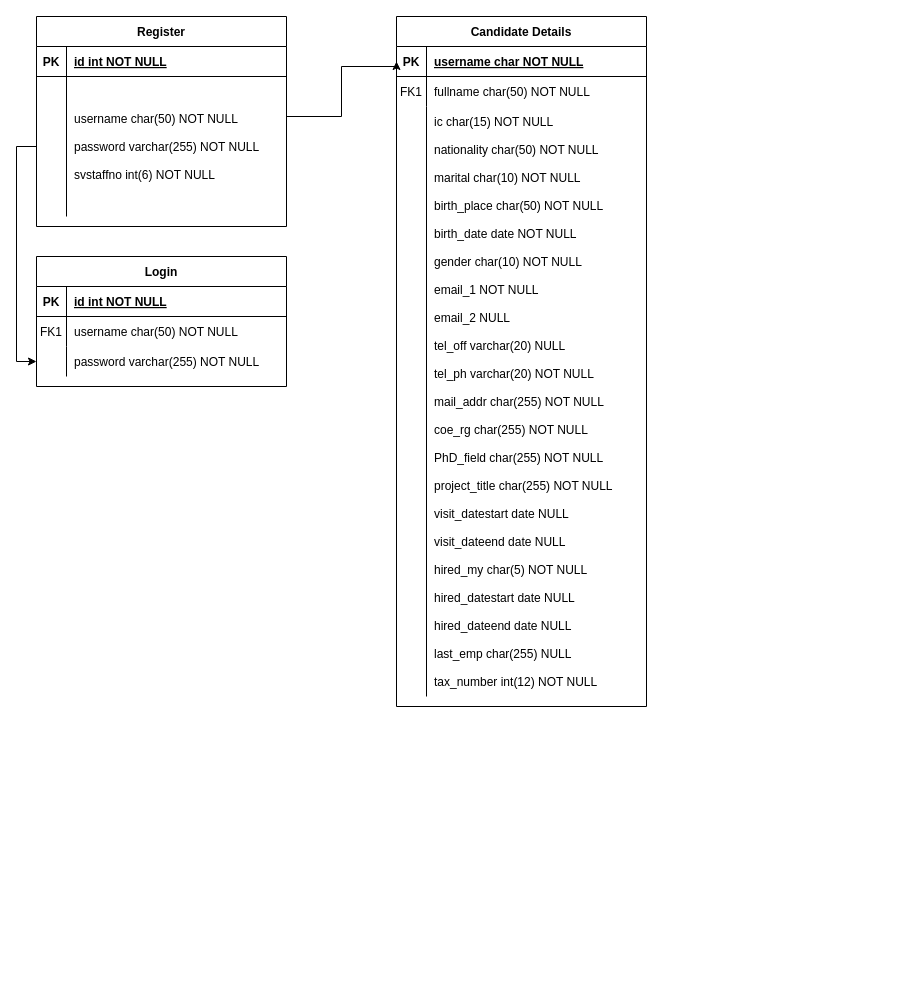
Before: Untitled Diagram.drawio in MohdSanusi/RF, a draw.io diagram. Source tidied: cells renumbered, new cells numbered last; positions are measured from the earlier drawing's top-left corner, leaving out a move shared by most shapes. Both pictures are drawn from the tidied source at 100%, with x=0, y=0 at pixel (36, 16).
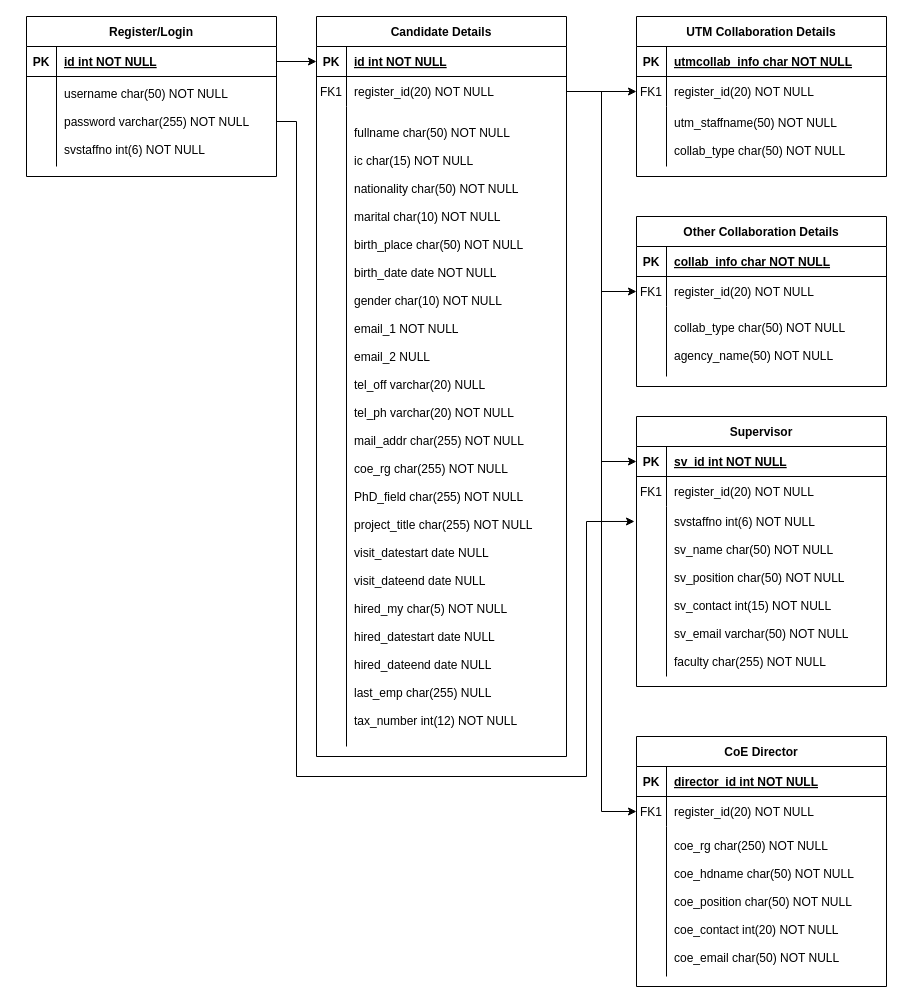
The same diagram, later.

Unchanged cells that the change refers to:
```xml
<mxCell id="13" style="shape=partialRectangle;fillColor=none;points=[[0,0.5],[1,0.5]];portConstraint=eastwest;top=0;left=0;right=0;bottom=1;" parent="12" vertex="1">
  <mxGeometry y="30" width="250" height="30" as="geometry" />
</mxCell>
<mxCell id="16" style="shape=partialRectangle;fillColor=none;points=[[0,0.5],[1,0.5]];portConstraint=eastwest;top=0;left=0;right=0;bottom=0;" parent="12" vertex="1">
  <mxGeometry y="60" width="250" height="30" as="geometry" />
</mxCell>
<mxCell id="23" style="shape=partialRectangle;fillColor=none;points=[[0,0.5],[1,0.5]];portConstraint=eastwest;top=0;left=0;right=0;bottom=1;" parent="22" vertex="1">
  <mxGeometry y="30" width="250" height="30" as="geometry" />
</mxCell>
```

Change to the diagram source:
```diff
@@
-    <mxCell id="2" value="Login" style="shape=table;startSize=30;childLayout=tableLayout;rowLines=0;fontStyle=1;align=center;" parent="1" vertex="1">
-      <mxGeometry y="240" width="250" height="130" as="geometry" />
-    </mxCell>
-    <mxCell id="3" style="shape=partialRectangle;fillColor=none;top=0;left=0;right=0;bottom=1;" parent="2" vertex="1">
-      <mxGeometry y="30" width="250" height="30" as="geometry" />
-    </mxCell>
-    <mxCell id="4" value="PK" style="shape=partialRectangle;overflow=hidden;fillColor=none;top=0;left=0;bottom=0;right=0;fontStyle=1;" parent="3" vertex="1">
-      <mxGeometry width="30" height="30" as="geometry" />
-    </mxCell>
-    <mxCell id="5" value="id int NOT NULL " style="shape=partialRectangle;overflow=hidden;fillColor=none;top=0;left=0;bottom=0;right=0;align=left;spacingLeft=6;fontStyle=5;" parent="3" vertex="1">
-      <mxGeometry x="30" width="220" height="30" as="geometry" />
-    </mxCell>
-    <mxCell id="6" style="shape=partialRectangle;fillColor=none;top=0;left=0;right=0;bottom=0;" parent="2" vertex="1">
-      <mxGeometry y="60" width="250" height="30" as="geometry" />
-    </mxCell>
-    <mxCell id="7" value="FK1" style="shape=partialRectangle;overflow=hidden;fillColor=none;top=0;left=0;bottom=0;right=0;" parent="6" vertex="1">
-      <mxGeometry width="30" height="30" as="geometry" />
-    </mxCell>
-    <mxCell id="8" value="username char(50) NOT NULL" style="shape=partialRectangle;overflow=hidden;fillColor=none;top=0;left=0;bottom=0;right=0;align=left;spacingLeft=6;" parent="6" vertex="1">
-      <mxGeometry x="30" width="220" height="30" as="geometry" />
-    </mxCell>
-    <mxCell id="9" style="shape=partialRectangle;fillColor=none;points=[[0,0.5],[1,0.5]];portConstraint=eastwest;top=0;left=0;right=0;bottom=0;" parent="2" vertex="1">
-      <mxGeometry y="90" width="250" height="30" as="geometry" />
-    </mxCell>
-    <mxCell id="10" style="shape=partialRectangle;overflow=hidden;fillColor=none;top=0;left=0;bottom=0;right=0;" parent="9" vertex="1">
-      <mxGeometry width="30" height="30" as="geometry" />
-    </mxCell>
-    <mxCell id="11" value="password varchar(255) NOT NULL" style="shape=partialRectangle;overflow=hidden;fillColor=none;top=0;left=0;bottom=0;right=0;align=left;spacingLeft=6;" parent="9" vertex="1">
-      <mxGeometry x="30" width="220" height="30" as="geometry" />
-    </mxCell>
     <mxCell id="12" value="Candidate Details" style="shape=table;startSize=30;childLayout=tableLayout;rowLines=0;fontStyle=1;align=center;" parent="1" vertex="1">
-      <mxGeometry x="360" width="250" height="690" as="geometry" />
+      <mxGeometry x="280" width="250" height="740" as="geometry" />
     </mxCell>
@@
-    <mxCell id="15" value="username char NOT NULL " style="shape=partialRectangle;overflow=hidden;fillColor=none;top=0;left=0;bottom=0;right=0;align=left;spacingLeft=6;fontStyle=5;" parent="13" vertex="1">
+    <mxCell id="15" value="id int NOT NULL " style="shape=partialRectangle;overflow=hidden;fillColor=none;top=0;left=0;bottom=0;right=0;align=left;spacingLeft=6;fontStyle=5;" parent="13" vertex="1">
       <mxGeometry x="30" width="220" height="30" as="geometry" />
     </mxCell>
@@
-    <mxCell id="18" value="fullname char(50) NOT NULL" style="shape=partialRectangle;overflow=hidden;fillColor=none;top=0;left=0;bottom=0;right=0;align=left;spacingLeft=6;" parent="16" vertex="1">
+    <mxCell id="18" value="register_id(20) NOT NULL" style="shape=partialRectangle;overflow=hidden;fillColor=none;top=0;left=0;bottom=0;right=0;align=left;spacingLeft=6;" parent="16" vertex="1">
       <mxGeometry x="30" width="220" height="30" as="geometry" />
     </mxCell>
     <mxCell id="19" style="shape=partialRectangle;fillColor=none;top=0;left=0;right=0;bottom=0;" parent="12" vertex="1">
-      <mxGeometry y="90" width="250" height="590" as="geometry" />
+      <mxGeometry y="90" width="250" height="640" as="geometry" />
     </mxCell>
     <mxCell id="20" style="shape=partialRectangle;overflow=hidden;fillColor=none;top=0;left=0;bottom=0;right=0;" parent="19" vertex="1">
-      <mxGeometry width="30" height="590" as="geometry" />
+      <mxGeometry width="30" height="640" as="geometry" />
     </mxCell>
-    <mxCell id="21" value="ic char(15) NOT NULL&#10;&#10;nationality char(50) NOT NULL&#10;&#10;marital char(10) NOT NULL&#10;&#10;birth_place char(50) NOT NULL&#10;&#10;birth_date date NOT NULL&#10;&#10;gender char(10) NOT NULL&#10;&#10;email_1 NOT NULL&#10;&#10;email_2 NULL&#10;&#10;tel_off varchar(20) NULL&#10;&#10;tel_ph varchar(20) NOT NULL&#10;&#10;mail_addr char(255) NOT NULL&#10;&#10;coe_rg char(255) NOT NULL&#10;&#10;PhD_field char(255) NOT NULL&#10;&#10;project_title char(255) NOT NULL&#10;&#10;visit_datestart date NULL&#10;&#10;visit_dateend date NULL&#10;&#10;hired_my char(5) NOT NULL&#10;&#10;hired_datestart date NULL&#10;&#10;hired_dateend date NULL&#10;&#10;last_emp char(255) NULL&#10;&#10;tax_number int(12) NOT NULL" style="shape=partialRectangle;overflow=hidden;fillColor=none;top=0;left=0;bottom=0;right=0;align=left;spacingLeft=6;" parent="19" vertex="1">
-      <mxGeometry x="30" width="220" height="590" as="geometry" />
+    <mxCell id="21" value="fullname char(50) NOT NULL&#10;&#10;ic char(15) NOT NULL&#10;&#10;nationality char(50) NOT NULL&#10;&#10;marital char(10) NOT NULL&#10;&#10;birth_place char(50) NOT NULL&#10;&#10;birth_date date NOT NULL&#10;&#10;gender char(10) NOT NULL&#10;&#10;email_1 NOT NULL&#10;&#10;email_2 NULL&#10;&#10;tel_off varchar(20) NULL&#10;&#10;tel_ph varchar(20) NOT NULL&#10;&#10;mail_addr char(255) NOT NULL&#10;&#10;coe_rg char(255) NOT NULL&#10;&#10;PhD_field char(255) NOT NULL&#10;&#10;project_title char(255) NOT NULL&#10;&#10;visit_datestart date NULL&#10;&#10;visit_dateend date NULL&#10;&#10;hired_my char(5) NOT NULL&#10;&#10;hired_datestart date NULL&#10;&#10;hired_dateend date NULL&#10;&#10;last_emp char(255) NULL&#10;&#10;tax_number int(12) NOT NULL" style="shape=partialRectangle;overflow=hidden;fillColor=none;top=0;left=0;bottom=0;right=0;align=left;spacingLeft=6;" parent="19" vertex="1">
+      <mxGeometry x="30" width="220" height="640" as="geometry" />
     </mxCell>
-    <mxCell id="22" value="Register" style="shape=table;startSize=30;childLayout=tableLayout;rowLines=0;fontStyle=1;align=center;" parent="1" vertex="1">
-      <mxGeometry width="250" height="210" as="geometry" />
+    <mxCell id="22" value="Register/Login" style="shape=table;startSize=30;childLayout=tableLayout;rowLines=0;fontStyle=1;align=center;" parent="1" vertex="1">
+      <mxGeometry x="-10" width="250" height="160" as="geometry" />
     </mxCell>
@@
     <mxCell id="26" style="shape=partialRectangle;fillColor=none;points=[[0,0.5],[1,0.5]];portConstraint=eastwest;top=0;left=0;right=0;bottom=0;" parent="22" vertex="1">
-      <mxGeometry y="60" width="250" height="140" as="geometry" />
+      <mxGeometry y="60" width="250" height="90" as="geometry" />
     </mxCell>
     <mxCell id="27" style="shape=partialRectangle;overflow=hidden;fillColor=none;top=0;left=0;bottom=0;right=0;" parent="26" vertex="1">
-      <mxGeometry width="30" height="140" as="geometry" />
+      <mxGeometry width="30" height="90" as="geometry" />
     </mxCell>
     <mxCell id="28" value="username char(50) NOT NULL&#10;&#10;password varchar(255) NOT NULL&#10;&#10;svstaffno int(6) NOT NULL" style="shape=partialRectangle;overflow=hidden;fillColor=none;top=0;left=0;bottom=0;right=0;align=left;spacingLeft=6;" parent="26" vertex="1">
-      <mxGeometry x="30" width="220" height="140" as="geometry" />
+      <mxGeometry x="30" width="220" height="90" as="geometry" />
     </mxCell>
@@
-    <mxCell id="31" style="edgeStyle=orthogonalEdgeStyle;rounded=0;jettySize=auto;html=1;entryX=0;entryY=0.5;entryDx=0;entryDy=0;" parent="1" edge="1" source="26" target="13">
-      <mxGeometry relative="1" as="geometry">
-        <Array as="points">
-          <mxPoint x="305" y="100" />
-          <mxPoint x="305" y="50" />
-          <mxPoint x="360" y="50" />
-        </Array>
-      </mxGeometry>
-    </mxCell>
-    <mxCell id="32" style="edgeStyle=orthogonalEdgeStyle;rounded=0;jettySize=auto;html=1;entryX=0;entryY=0.5;entryDx=0;entryDy=0;" parent="1" edge="1" source="26" target="9">
-      <mxGeometry relative="1" as="geometry" />
-    </mxCell>
+    <mxCell id="33" style="edgeStyle=orthogonalEdgeStyle;rounded=0;jettySize=auto;html=1;exitX=1;exitY=0.5;exitDx=0;exitDy=0;entryX=0;entryY=0.5;entryDx=0;entryDy=0;" parent="1" edge="1" source="23" target="13">
+      <mxGeometry relative="1" as="geometry" />
+    </mxCell>
+    <mxCell id="34" value="UTM Collaboration Details" style="shape=table;startSize=30;childLayout=tableLayout;rowLines=0;fontStyle=1;align=center;" parent="1" vertex="1">
+      <mxGeometry x="600" width="250" height="160" as="geometry" />
+    </mxCell>
+    <mxCell id="35" style="shape=partialRectangle;fillColor=none;top=0;left=0;right=0;bottom=1;" parent="34" vertex="1">
+      <mxGeometry y="30" width="250" height="30" as="geometry" />
+    </mxCell>
+    <mxCell id="36" value="PK" style="shape=partialRectangle;overflow=hidden;fillColor=none;top=0;left=0;bottom=0;right=0;fontStyle=1;" parent="35" vertex="1">
+      <mxGeometry width="30" height="30" as="geometry" />
+    </mxCell>
+    <mxCell id="37" value="utmcollab_info char NOT NULL " style="shape=partialRectangle;overflow=hidden;fillColor=none;top=0;left=0;bottom=0;right=0;align=left;spacingLeft=6;fontStyle=5;" parent="35" vertex="1">
+      <mxGeometry x="30" width="220" height="30" as="geometry" />
+    </mxCell>
+    <mxCell id="38" style="shape=partialRectangle;fillColor=none;points=[[0,0.5],[1,0.5]];portConstraint=eastwest;top=0;left=0;right=0;bottom=0;" parent="34" vertex="1">
+      <mxGeometry y="60" width="250" height="30" as="geometry" />
+    </mxCell>
+    <mxCell id="39" value="FK1" style="shape=partialRectangle;overflow=hidden;fillColor=none;top=0;left=0;bottom=0;right=0;" parent="38" vertex="1">
+      <mxGeometry width="30" height="30" as="geometry" />
+    </mxCell>
+    <mxCell id="40" value="register_id(20) NOT NULL" style="shape=partialRectangle;overflow=hidden;fillColor=none;top=0;left=0;bottom=0;right=0;align=left;spacingLeft=6;" parent="38" vertex="1">
+      <mxGeometry x="30" width="220" height="30" as="geometry" />
+    </mxCell>
+    <mxCell id="41" style="shape=partialRectangle;fillColor=none;top=0;left=0;right=0;bottom=0;" parent="34" vertex="1">
+      <mxGeometry y="90" width="250" height="60" as="geometry" />
+    </mxCell>
+    <mxCell id="42" style="shape=partialRectangle;overflow=hidden;fillColor=none;top=0;left=0;bottom=0;right=0;" parent="41" vertex="1">
+      <mxGeometry width="30" height="60" as="geometry" />
+    </mxCell>
+    <mxCell id="43" value="utm_staffname(50) NOT NULL&#10;&#10;collab_type char(50) NOT NULL" style="shape=partialRectangle;overflow=hidden;fillColor=none;top=0;left=0;bottom=0;right=0;align=left;spacingLeft=6;" parent="41" vertex="1">
+      <mxGeometry x="30" width="220" height="60" as="geometry" />
+    </mxCell>
+    <mxCell id="44" style="edgeStyle=orthogonalEdgeStyle;rounded=0;jettySize=auto;html=1;exitX=1;exitY=0.5;exitDx=0;exitDy=0;entryX=0;entryY=0.5;entryDx=0;entryDy=0;" parent="1" edge="1" source="16" target="38">
+      <mxGeometry relative="1" as="geometry" />
+    </mxCell>
+    <mxCell id="45" value="Other Collaboration Details" style="shape=table;startSize=30;childLayout=tableLayout;rowLines=0;fontStyle=1;align=center;" parent="1" vertex="1">
+      <mxGeometry x="600" y="200" width="250" height="170" as="geometry" />
+    </mxCell>
+    <mxCell id="46" style="shape=partialRectangle;fillColor=none;points=[[0,0.5],[1,0.5]];portConstraint=eastwest;top=0;left=0;right=0;bottom=1;" parent="45" vertex="1">
+      <mxGeometry y="30" width="250" height="30" as="geometry" />
+    </mxCell>
+    <mxCell id="47" value="PK" style="shape=partialRectangle;overflow=hidden;fillColor=none;top=0;left=0;bottom=0;right=0;fontStyle=1;" parent="46" vertex="1">
+      <mxGeometry width="30" height="30" as="geometry" />
+    </mxCell>
+    <mxCell id="48" value="collab_info char NOT NULL " style="shape=partialRectangle;overflow=hidden;fillColor=none;top=0;left=0;bottom=0;right=0;align=left;spacingLeft=6;fontStyle=5;" parent="46" vertex="1">
+      <mxGeometry x="30" width="220" height="30" as="geometry" />
+    </mxCell>
+    <mxCell id="49" style="shape=partialRectangle;fillColor=none;points=[[0,0.5],[1,0.5]];portConstraint=eastwest;top=0;left=0;right=0;bottom=0;" parent="45" vertex="1">
+      <mxGeometry y="60" width="250" height="30" as="geometry" />
+    </mxCell>
+    <mxCell id="50" value="FK1" style="shape=partialRectangle;overflow=hidden;fillColor=none;top=0;left=0;bottom=0;right=0;" parent="49" vertex="1">
+      <mxGeometry width="30" height="30" as="geometry" />
+    </mxCell>
+    <mxCell id="51" value="register_id(20) NOT NULL" style="shape=partialRectangle;overflow=hidden;fillColor=none;top=0;left=0;bottom=0;right=0;align=left;spacingLeft=6;" parent="49" vertex="1">
+      <mxGeometry x="30" width="220" height="30" as="geometry" />
+    </mxCell>
+    <mxCell id="52" style="shape=partialRectangle;fillColor=none;top=0;left=0;right=0;bottom=0;" parent="45" vertex="1">
+      <mxGeometry y="90" width="250" height="70" as="geometry" />
+    </mxCell>
+    <mxCell id="53" style="shape=partialRectangle;overflow=hidden;fillColor=none;top=0;left=0;bottom=0;right=0;" parent="52" vertex="1">
+      <mxGeometry width="30" height="70" as="geometry" />
+    </mxCell>
+    <mxCell id="54" value="collab_type char(50) NOT NULL&#10;&#10;agency_name(50) NOT NULL" style="shape=partialRectangle;overflow=hidden;fillColor=none;top=0;left=0;bottom=0;right=0;align=left;spacingLeft=6;" parent="52" vertex="1">
+      <mxGeometry x="30" width="220" height="70" as="geometry" />
+    </mxCell>
+    <mxCell id="55" style="edgeStyle=orthogonalEdgeStyle;rounded=0;jettySize=auto;html=1;exitX=1;exitY=0.5;exitDx=0;exitDy=0;entryX=0;entryY=0.5;entryDx=0;entryDy=0;" parent="1" edge="1" source="16" target="49">
+      <mxGeometry relative="1" as="geometry" />
+    </mxCell>
+    <mxCell id="56" value="Supervisor" style="shape=table;startSize=30;childLayout=tableLayout;rowLines=0;fontStyle=1;align=center;" parent="1" vertex="1">
+      <mxGeometry x="600" y="400" width="250" height="270" as="geometry" />
+    </mxCell>
+    <mxCell id="57" style="shape=partialRectangle;fillColor=none;points=[[0,0.5],[1,0.5]];portConstraint=eastwest;top=0;left=0;right=0;bottom=1;" parent="56" vertex="1">
+      <mxGeometry y="30" width="250" height="30" as="geometry" />
+    </mxCell>
+    <mxCell id="58" value="PK" style="shape=partialRectangle;overflow=hidden;fillColor=none;top=0;left=0;bottom=0;right=0;fontStyle=1;" parent="57" vertex="1">
+      <mxGeometry width="30" height="30" as="geometry" />
+    </mxCell>
+    <mxCell id="59" value="sv_id int NOT NULL " style="shape=partialRectangle;overflow=hidden;fillColor=none;top=0;left=0;bottom=0;right=0;align=left;spacingLeft=6;fontStyle=5;" parent="57" vertex="1">
+      <mxGeometry x="30" width="220" height="30" as="geometry" />
+    </mxCell>
+    <mxCell id="60" style="shape=partialRectangle;fillColor=none;top=0;left=0;right=0;bottom=0;" parent="56" vertex="1">
+      <mxGeometry y="60" width="250" height="30" as="geometry" />
+    </mxCell>
+    <mxCell id="61" value="FK1" style="shape=partialRectangle;overflow=hidden;fillColor=none;top=0;left=0;bottom=0;right=0;" parent="60" vertex="1">
+      <mxGeometry width="30" height="30" as="geometry" />
+    </mxCell>
+    <mxCell id="62" value="register_id(20) NOT NULL" style="shape=partialRectangle;overflow=hidden;fillColor=none;top=0;left=0;bottom=0;right=0;align=left;spacingLeft=6;" parent="60" vertex="1">
+      <mxGeometry x="30" width="220" height="30" as="geometry" />
+    </mxCell>
+    <mxCell id="63" style="shape=partialRectangle;fillColor=none;points=[[0,0.5],[1,0.5]];portConstraint=eastwest;top=0;left=0;right=0;bottom=0;" parent="56" vertex="1">
+      <mxGeometry y="90" width="250" height="170" as="geometry" />
+    </mxCell>
+    <mxCell id="64" style="shape=partialRectangle;overflow=hidden;fillColor=none;top=0;left=0;bottom=0;right=0;" parent="63" vertex="1">
+      <mxGeometry width="30" height="170" as="geometry" />
+    </mxCell>
+    <mxCell id="65" value="svstaffno int(6) NOT NULL&#10;&#10;sv_name char(50) NOT NULL&#10;&#10;sv_position char(50) NOT NULL&#10;&#10;sv_contact int(15) NOT NULL&#10;&#10;sv_email varchar(50) NOT NULL&#10;&#10;faculty char(255) NOT NULL" style="shape=partialRectangle;overflow=hidden;fillColor=none;top=0;left=0;bottom=0;right=0;align=left;spacingLeft=6;" parent="63" vertex="1">
+      <mxGeometry x="30" width="220" height="170" as="geometry" />
+    </mxCell>
+    <mxCell id="66" value="CoE Director" style="shape=table;startSize=30;childLayout=tableLayout;rowLines=0;fontStyle=1;align=center;" parent="1" vertex="1">
+      <mxGeometry x="600" y="720" width="250" height="250" as="geometry" />
+    </mxCell>
+    <mxCell id="67" style="shape=partialRectangle;fillColor=none;top=0;left=0;right=0;bottom=1;" parent="66" vertex="1">
+      <mxGeometry y="30" width="250" height="30" as="geometry" />
+    </mxCell>
+    <mxCell id="68" value="PK" style="shape=partialRectangle;overflow=hidden;fillColor=none;top=0;left=0;bottom=0;right=0;fontStyle=1;" parent="67" vertex="1">
+      <mxGeometry width="30" height="30" as="geometry" />
+    </mxCell>
+    <mxCell id="69" value="director_id int NOT NULL " style="shape=partialRectangle;overflow=hidden;fillColor=none;top=0;left=0;bottom=0;right=0;align=left;spacingLeft=6;fontStyle=5;" parent="67" vertex="1">
+      <mxGeometry x="30" width="220" height="30" as="geometry" />
+    </mxCell>
+    <mxCell id="70" style="shape=partialRectangle;fillColor=none;points=[[0,0.5],[1,0.5]];portConstraint=eastwest;top=0;left=0;right=0;bottom=0;" parent="66" vertex="1">
+      <mxGeometry y="60" width="250" height="30" as="geometry" />
+    </mxCell>
+    <mxCell id="71" value="FK1" style="shape=partialRectangle;overflow=hidden;fillColor=none;top=0;left=0;bottom=0;right=0;" parent="70" vertex="1">
+      <mxGeometry width="30" height="30" as="geometry" />
+    </mxCell>
+    <mxCell id="72" value="register_id(20) NOT NULL" style="shape=partialRectangle;overflow=hidden;fillColor=none;top=0;left=0;bottom=0;right=0;align=left;spacingLeft=6;" parent="70" vertex="1">
+      <mxGeometry x="30" width="220" height="30" as="geometry" />
+    </mxCell>
+    <mxCell id="73" style="shape=partialRectangle;fillColor=none;top=0;left=0;right=0;bottom=0;" parent="66" vertex="1">
+      <mxGeometry y="90" width="250" height="150" as="geometry" />
+    </mxCell>
+    <mxCell id="74" style="shape=partialRectangle;overflow=hidden;fillColor=none;top=0;left=0;bottom=0;right=0;" parent="73" vertex="1">
+      <mxGeometry width="30" height="150" as="geometry" />
+    </mxCell>
+    <mxCell id="75" value="coe_rg char(250) NOT NULL&#10;&#10;coe_hdname char(50) NOT NULL&#10;&#10;coe_position char(50) NOT NULL&#10;&#10;coe_contact int(20) NOT NULL&#10;&#10;coe_email char(50) NOT NULL" style="shape=partialRectangle;overflow=hidden;fillColor=none;top=0;left=0;bottom=0;right=0;align=left;spacingLeft=6;" parent="73" vertex="1">
+      <mxGeometry x="30" width="220" height="150" as="geometry" />
+    </mxCell>
+    <mxCell id="76" style="edgeStyle=orthogonalEdgeStyle;rounded=0;jettySize=auto;html=1;exitX=1;exitY=0.5;exitDx=0;exitDy=0;entryX=0;entryY=0.5;entryDx=0;entryDy=0;" parent="1" edge="1" source="16" target="57">
+      <mxGeometry relative="1" as="geometry" />
+    </mxCell>
+    <mxCell id="77" style="edgeStyle=orthogonalEdgeStyle;rounded=0;jettySize=auto;html=1;exitX=0;exitY=0.5;exitDx=0;exitDy=0;" parent="1" edge="1" source="46">
+      <mxGeometry relative="1" as="geometry">
+        <mxPoint x="600" y="245" as="targetPoint" />
+      </mxGeometry>
+    </mxCell>
+    <mxCell id="78" style="edgeStyle=orthogonalEdgeStyle;rounded=0;jettySize=auto;html=1;exitX=1;exitY=0.5;exitDx=0;exitDy=0;entryX=-0.008;entryY=0.088;entryDx=0;entryDy=0;entryPerimeter=0;" parent="1" edge="1" source="26" target="63">
+      <mxGeometry relative="1" as="geometry">
+        <Array as="points">
+          <mxPoint x="260" y="105" />
+          <mxPoint x="260" y="760" />
+          <mxPoint x="550" y="760" />
+          <mxPoint x="550" y="505" />
+        </Array>
+      </mxGeometry>
+    </mxCell>
+    <mxCell id="79" style="edgeStyle=orthogonalEdgeStyle;rounded=0;jettySize=auto;html=1;exitX=1;exitY=0.5;exitDx=0;exitDy=0;entryX=0;entryY=0.5;entryDx=0;entryDy=0;" parent="1" edge="1" source="16" target="70">
+      <mxGeometry relative="1" as="geometry" />
+    </mxCell>
```
